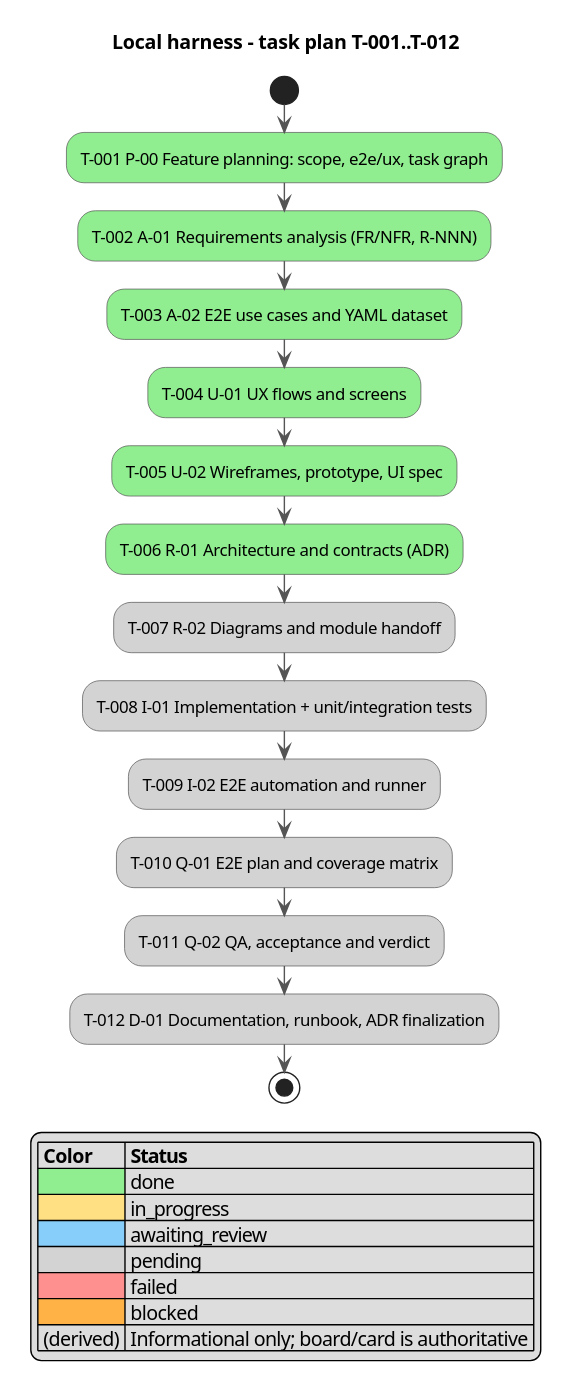
Before: docs/activity.svg, a diagram exported from PlantUML (serge-sasov/ai-task-tracker).
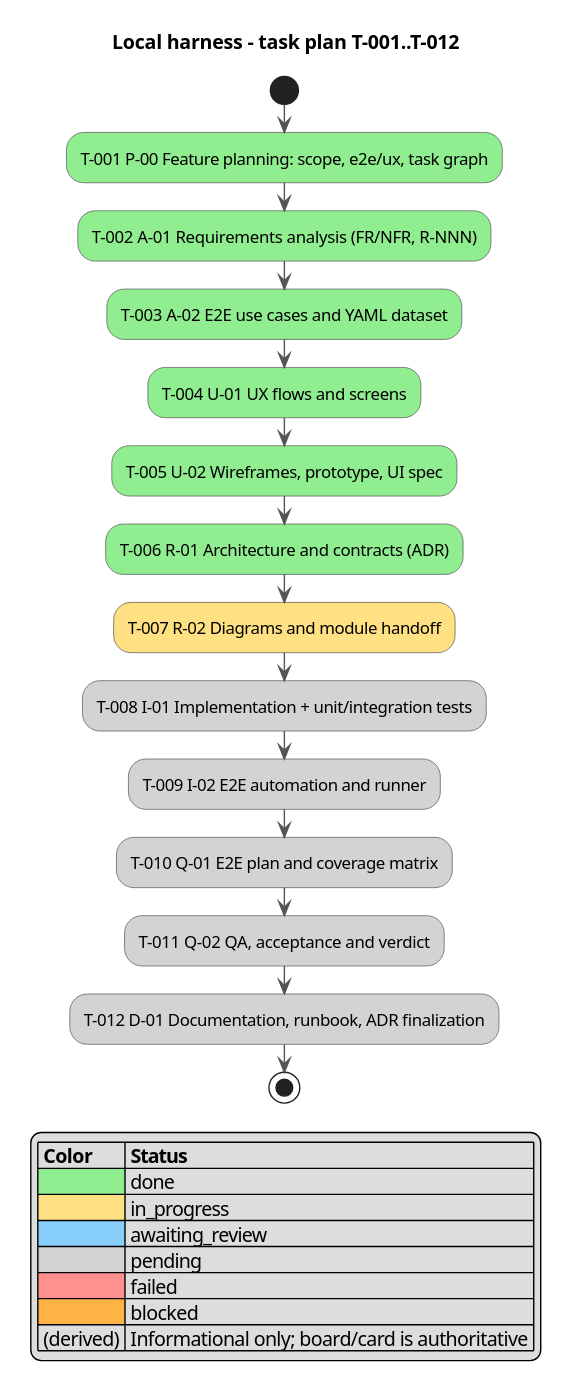
Later version of the same file.

Diff of the diagram source:
```diff
@@ -12,7 +12,7 @@
 :T-004 U-01 UX flows and screens; <<#90EE90>>
 :T-005 U-02 Wireframes, prototype, UI spec; <<#90EE90>>
 :T-006 R-01 Architecture and contracts (ADR); <<#90EE90>>
-:T-007 R-02 Diagrams and module handoff; <<#D3D3D3>>
+:T-007 R-02 Diagrams and module handoff; <<#FFE082>>
 :T-008 I-01 Implementation + unit/integration tests; <<#D3D3D3>>
 :T-009 I-02 E2E automation and runner; <<#D3D3D3>>
 :T-010 Q-01 E2E plan and coverage matrix; <<#D3D3D3>>
```
